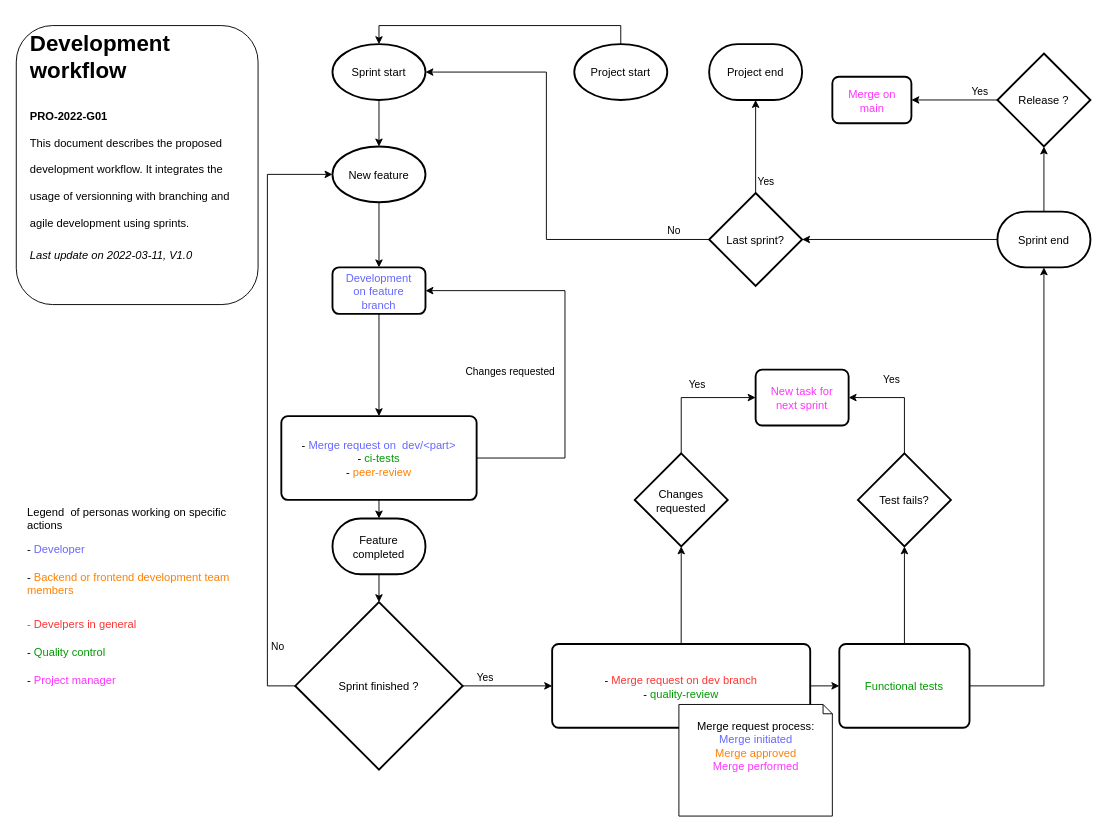
PRO2022-Heig/heigvd-pro-01 keeps this draw.io diagram as documentation/process/dev_workflow.drawio. Above is the earlier version. Source tidied: cells renumbered, new cells numbered last; positions are measured from the earlier drawing's top-left corner, leaving out a move shared by most shapes. Both pictures are drawn from the tidied source at 93%, with x=0, y=0 at pixel (16, 25).
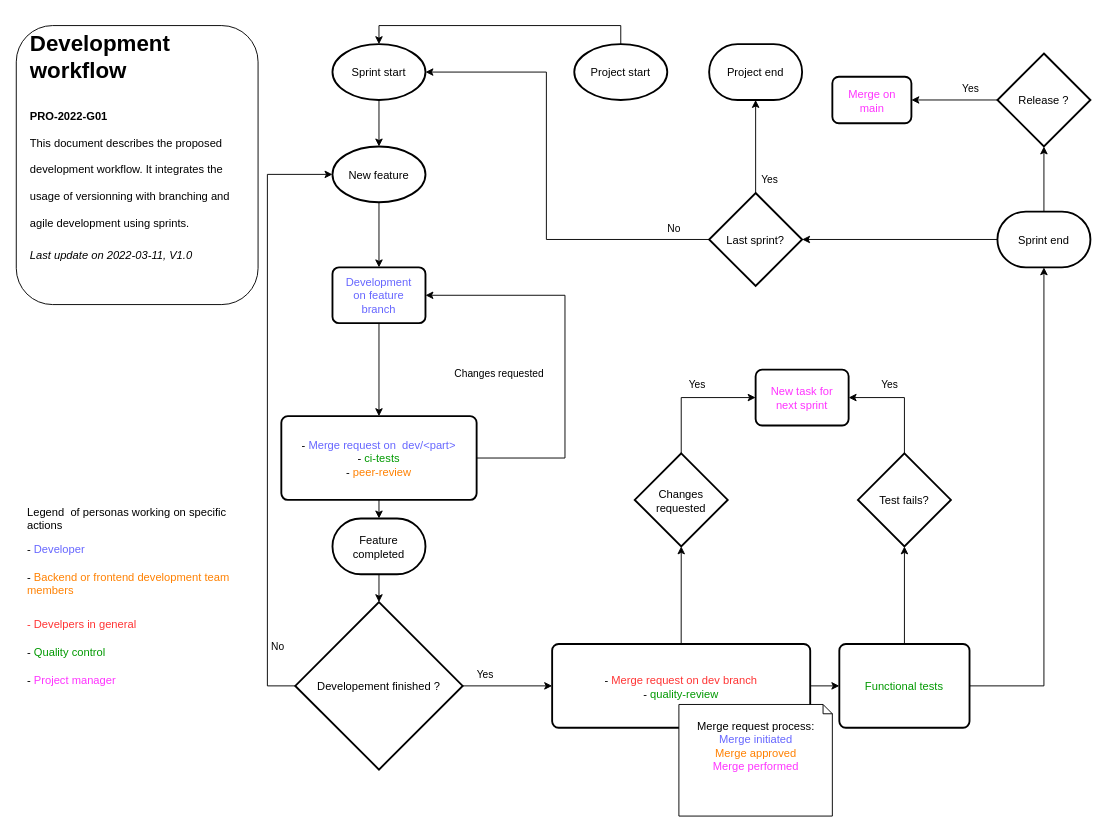
The same diagram, later.

Unchanged cells that the change refers to:
```xml
<mxCell id="6" style="edgeStyle=orthogonalEdgeStyle;rounded=0;jettySize=auto;html=1;exitX=1;exitY=0.5;exitDx=0;exitDy=0;exitPerimeter=0;entryX=0;entryY=0.5;entryDx=0;entryDy=0;spacingLeft=10;spacingBottom=-1;spacingRight=10;" parent="1" edge="1" source="8" target="19">
  <mxGeometry relative="1" as="geometry" />
</mxCell>
<mxCell id="16" value="- &lt;font color=&quot;#6666ff&quot;&gt;Merge request on&amp;nbsp; dev/&amp;lt;part&amp;gt;&lt;/font&gt;&lt;br&gt;- &lt;font color=&quot;#009900&quot;&gt;ci-tests&lt;/font&gt;&lt;br&gt;- &lt;font color=&quot;#ff8000&quot;&gt;peer-review&lt;/font&gt;" style="rounded=1;whiteSpace=wrap;html=1;absoluteArcSize=1;arcSize=14;strokeWidth=2;spacingLeft=10;spacingBottom=-1;spacingRight=10;" parent="1" vertex="1">
  <mxGeometry x="285" y="420" width="210" height="90" as="geometry" />
</mxCell>
<mxCell id="36" style="edgeStyle=orthogonalEdgeStyle;rounded=0;jettySize=auto;html=1;exitX=0.5;exitY=0;exitDx=0;exitDy=0;exitPerimeter=0;entryX=0.5;entryY=1;entryDx=0;entryDy=0;entryPerimeter=0;spacingLeft=10;spacingBottom=-1;spacingRight=10;" parent="1" edge="1" source="40" target="22">
  <mxGeometry relative="1" as="geometry" />
</mxCell>
<mxCell id="38" style="edgeStyle=orthogonalEdgeStyle;rounded=0;jettySize=auto;html=1;exitX=0;exitY=0.5;exitDx=0;exitDy=0;exitPerimeter=0;entryX=1;entryY=0.5;entryDx=0;entryDy=0;entryPerimeter=0;spacingLeft=10;spacingBottom=-1;spacingRight=10;" parent="1" edge="1" source="40" target="10">
  <mxGeometry relative="1" as="geometry">
    <Array as="points">
      <mxPoint x="570" y="230" />
      <mxPoint x="570" y="50" />
    </Array>
  </mxGeometry>
</mxCell>
<mxCell id="51" style="edgeStyle=orthogonalEdgeStyle;rounded=0;jettySize=auto;html=1;exitX=0;exitY=0.5;exitDx=0;exitDy=0;exitPerimeter=0;fontColor=#FF33FF;entryX=1;entryY=0.5;entryDx=0;entryDy=0;" parent="1" edge="1" source="53" target="54">
  <mxGeometry relative="1" as="geometry" />
</mxCell>
```

Diff of the diagram source:
```diff
@@
     <mxCell id="2" style="edgeStyle=orthogonalEdgeStyle;rounded=0;jettySize=auto;html=1;exitX=1;exitY=0.5;exitDx=0;exitDy=0;entryX=1;entryY=0.5;entryDx=0;entryDy=0;spacingLeft=10;spacingBottom=-1;spacingRight=10;" parent="1" edge="1" source="16" target="12">
       <mxGeometry relative="1" as="geometry">
         <Array as="points">
           <mxPoint x="590" y="465" />
-          <mxPoint x="590" y="285" />
+          <mxPoint x="590" y="290" />
         </Array>
       </mxGeometry>
     </mxCell>
     <mxCell id="3" value="Changes requested" style="edgeLabel;html=1;align=center;verticalAlign=middle;spacingLeft=10;spacingBottom=-1;spacingRight=10;" parent="2" vertex="1">
       <mxGeometry x="0.06" y="-1" relative="1" as="geometry">
-        <mxPoint x="-61" y="36" as="offset" />
+        <mxPoint x="-73" y="36" as="offset" />
       </mxGeometry>
     </mxCell>
@@
     <mxCell id="7" value="Yes" style="edgeLabel;html=1;align=center;verticalAlign=middle;spacingLeft=10;spacingBottom=-1;spacingRight=10;" parent="6" vertex="1">
       <mxGeometry x="-0.22" y="-1" relative="1" as="geometry">
-        <mxPoint x="-15" y="-11" as="offset" />
+        <mxPoint x="-15" y="-14" as="offset" />
       </mxGeometry>
     </mxCell>
-    <mxCell id="8" value="Sprint finished ?" style="strokeWidth=2;html=1;shape=mxgraph.flowchart.decision;whiteSpace=wrap;spacingLeft=10;spacingBottom=-1;spacingRight=10;" parent="1" vertex="1">
+    <mxCell id="8" value="Developement finished ?" style="strokeWidth=2;html=1;shape=mxgraph.flowchart.decision;whiteSpace=wrap;spacingLeft=10;spacingBottom=-1;spacingRight=10;" parent="1" vertex="1">
       <mxGeometry x="300" y="620" width="180" height="180" as="geometry" />
     </mxCell>
@@
     <mxCell id="12" value="&lt;font color=&quot;#6666ff&quot;&gt;Development on feature branch&lt;/font&gt;" style="rounded=1;whiteSpace=wrap;html=1;absoluteArcSize=1;arcSize=14;strokeWidth=2;spacingLeft=10;spacingBottom=-1;spacingRight=10;" parent="1" vertex="1">
-      <mxGeometry x="340" y="260" width="100" height="50" as="geometry" />
+      <mxGeometry x="340" y="260" width="100" height="60" as="geometry" />
     </mxCell>
@@
     <mxCell id="32" value="Yes" style="edgeLabel;html=1;align=center;verticalAlign=middle;spacingLeft=10;spacingBottom=-1;spacingRight=10;" parent="1" vertex="1">
-      <mxGeometry x="765" y="404" as="geometry">
+      <mxGeometry x="763" y="409" as="geometry">
         <mxPoint x="175" y="-24" as="offset" />
       </mxGeometry>
     </mxCell>
@@
     <mxCell id="37" value="Yes" style="edgeLabel;html=1;align=center;verticalAlign=middle;spacingLeft=10;spacingBottom=-1;spacingRight=10;" parent="36" vertex="1">
       <mxGeometry x="-0.75" relative="1" as="geometry">
-        <mxPoint x="10" as="offset" />
+        <mxPoint x="14" y="-2" as="offset" />
       </mxGeometry>
     </mxCell>
@@
     <mxCell id="39" value="No" style="edgeLabel;html=1;align=center;verticalAlign=middle;spacingLeft=10;spacingBottom=-1;spacingRight=10;" parent="38" vertex="1">
       <mxGeometry x="-0.86" y="1" relative="1" as="geometry">
-        <mxPoint x="-5" y="-11" as="offset" />
+        <mxPoint x="-5" y="-14" as="offset" />
       </mxGeometry>
     </mxCell>
@@
     <mxCell id="52" value="&lt;font color=&quot;#000000&quot;&gt;Yes&lt;/font&gt;" style="edgeLabel;html=1;align=center;verticalAlign=middle;fontColor=#FF33FF;" parent="51" vertex="1">
       <mxGeometry x="-0.16" y="-2" relative="1" as="geometry">
-        <mxPoint x="19" y="-8" as="offset" />
+        <mxPoint x="9" y="-11" as="offset" />
       </mxGeometry>
     </mxCell>
```
